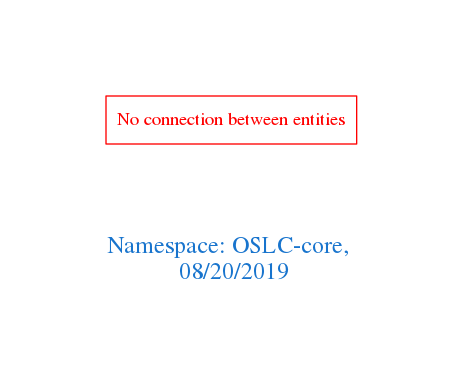
Above: downloads/OSLC-core.png in arago/OGIT (Graphviz), before the change. Its source is kept beside it as downloads/OSLC-core.dot.
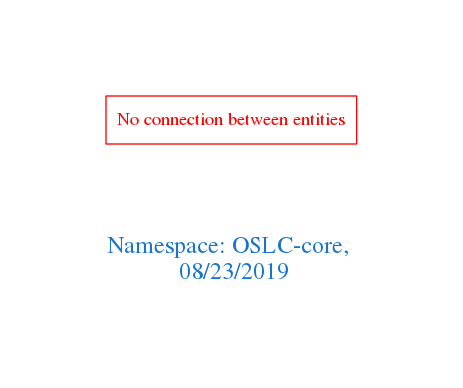
Above is the later version.

Diff of the diagram source:
```diff
@@ -1,7 +1,7 @@
 digraph OGIT_ontology {
  graph [ rankdir= LR,pad=1
 fontsize = 18,
-fontcolor= dodgerblue3,label = "\n\n\nNamespace: OSLC-core, \n 08/20/2019"];
+fontcolor= dodgerblue3,label = "\n\n\nNamespace: OSLC-core, \n 08/23/2019"];
 node[shape=polygon];
 edge [  color="gray81"];
 
```
